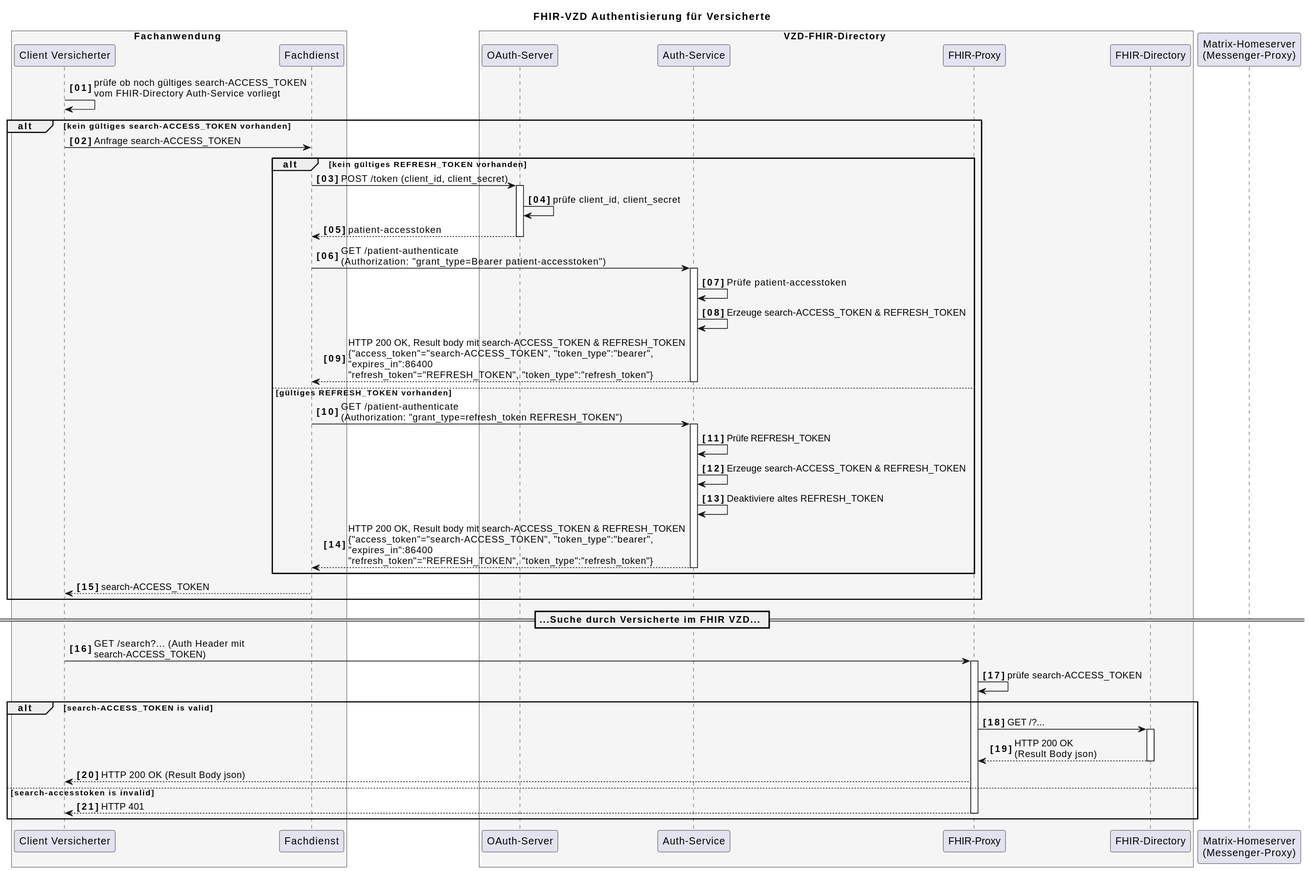
gematik/api-vzd keeps this PlantUML diagram as images/diagrams/SequenceDiagram.FHIR-Directory.fdv.search.svg. Above is the earlier version.
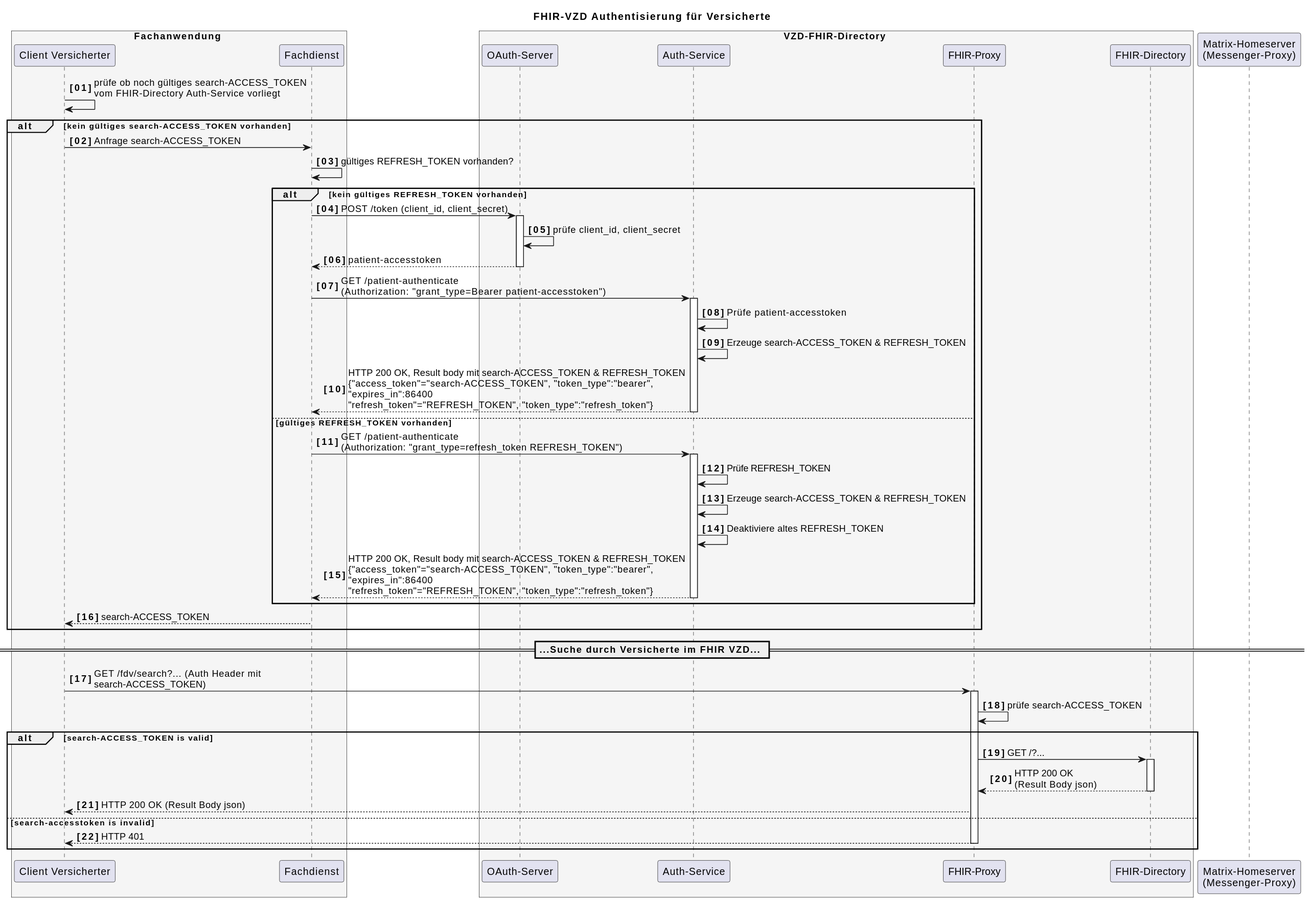
Above is the later version.

Commit message:
Commit from GitHub Actions (GeneratePlantumlImages)

Diff of the diagram source:
```diff
@@ -20,49 +20,52 @@
 VClient-> VClient: prüfe ob noch gültiges search-ACCESS_TOKEN\nvom FHIR-Directory Auth-Service vorliegt
 
 alt kein gültiges search-ACCESS_TOKEN vorhanden
-VClient-> FDienst: Anfrage search-ACCESS_TOKEN
+   VClient-> FDienst: Anfrage search-ACCESS_TOKEN
 
-alt kein gültiges REFRESH_TOKEN vorhanden
-FDienst ->VzdOAuth++: POST /token (client_id, client_secret)
-VzdOAuth->VzdOAuth: prüfe client_id, client_secret
-VzdOAuth-->FDienst: patient-accesstoken
-deactivate VzdOAuth
+   FDienst->FDienst: gültiges REFRESH_TOKEN vorhanden?
 
-FDienst->VzdAuth++: GET /patient-authenticate \n(Authorization: "grant_type=Bearer patient-accesstoken")
+  alt kein gültiges REFRESH_TOKEN vorhanden
+     FDienst ->VzdOAuth++: POST /token (client_id, client_secret)
+     VzdOAuth->VzdOAuth: prüfe client_id, client_secret
+     VzdOAuth-->FDienst: patient-accesstoken
+     deactivate VzdOAuth
 
-VzdAuth->VzdAuth: Prüfe patient-accesstoken
+     FDienst->VzdAuth++: GET /patient-authenticate \n(Authorization: "grant_type=Bearer patient-accesstoken")
 
-VzdAuth->VzdAuth: Erzeuge search-ACCESS_TOKEN & REFRESH_TOKEN
-VzdAuth-->FDienst: HTTP 200 OK, Result body mit search-ACCESS_TOKEN & REFRESH_TOKEN\n{"access_token"="search-ACCESS_TOKEN", "token_type":"bearer",\n"expires_in":86400\n"refresh_token"="REFRESH_TOKEN", "token_type":"refresh_token"}
-deactivate VzdAuth
+     VzdAuth->VzdAuth: Prüfe patient-accesstoken
+
+     VzdAuth->VzdAuth: Erzeuge search-ACCESS_TOKEN & REFRESH_TOKEN
+     VzdAuth-->FDienst: HTTP 200 OK, Result body mit search-ACCESS_TOKEN & REFRESH_TOKEN\n{"access_token"="search-ACCESS_TOKEN", "token_type":"bearer",\n"expires_in":86400\n"refresh_token"="REFRESH_TOKEN", "token_type":"refresh_token"}
+     deactivate VzdAuth
+
  else gültiges REFRESH_TOKEN vorhanden
-FDienst->VzdAuth++: GET /patient-authenticate \n(Authorization: "grant_type=refresh_token REFRESH_TOKEN")
+     FDienst->VzdAuth++: GET /patient-authenticate \n(Authorization: "grant_type=refresh_token REFRESH_TOKEN")
 
-VzdAuth->VzdAuth: Prüfe REFRESH_TOKEN
+     VzdAuth->VzdAuth: Prüfe REFRESH_TOKEN
 
-VzdAuth->VzdAuth: Erzeuge search-ACCESS_TOKEN & REFRESH_TOKEN
-VzdAuth->VzdAuth: Deaktiviere altes REFRESH_TOKEN
-VzdAuth-->FDienst: HTTP 200 OK, Result body mit search-ACCESS_TOKEN & REFRESH_TOKEN\n{"access_token"="search-ACCESS_TOKEN", "token_type":"bearer",\n"expires_in":86400\n"refresh_token"="REFRESH_TOKEN", "token_type":"refresh_token"}
-deactivate VzdAuth
-end
+     VzdAuth->VzdAuth: Erzeuge search-ACCESS_TOKEN & REFRESH_TOKEN
+     VzdAuth->VzdAuth: Deaktiviere altes REFRESH_TOKEN
+     VzdAuth-->FDienst: HTTP 200 OK, Result body mit search-ACCESS_TOKEN & REFRESH_TOKEN\n{"access_token"="search-ACCESS_TOKEN", "token_type":"bearer",\n"expires_in":86400\n"refresh_token"="REFRESH_TOKEN", "token_type":"refresh_token"}
+     deactivate VzdAuth
+ end
 
-FDienst-->VClient: search-ACCESS_TOKEN
+   FDienst-->VClient: search-ACCESS_TOKEN
 end
 
 == ...Suche durch Versicherte im FHIR VZD... ==
 
-VClient -> fp: GET /search?... (Auth Header mit\nsearch-ACCESS_TOKEN)
+VClient -> fp: GET /fdv/search?... (Auth Header mit\nsearch-ACCESS_TOKEN)
 activate fp
 fp -> fp: prüfe search-ACCESS_TOKEN
 
 alt search-ACCESS_TOKEN is valid
-fp -> fd: GET /?...
-activate fd
-fd --> fp: HTTP 200 OK\n(Result Body json)
-deactivate fd
-fp --> VClient : HTTP 200 OK (Result Body json)
-else search-accesstoken is invalid
-fp --> VClient : HTTP 401
-deactivate fp
+   fp -> fd: GET /?...
+   activate fd
+   fd --> fp: HTTP 200 OK\n(Result Body json)
+   deactivate fd
+   fp --> VClient : HTTP 200 OK (Result Body json)
+ else search-accesstoken is invalid
+   fp --> VClient : HTTP 401
+   deactivate fp
 end
 @enduml
```
